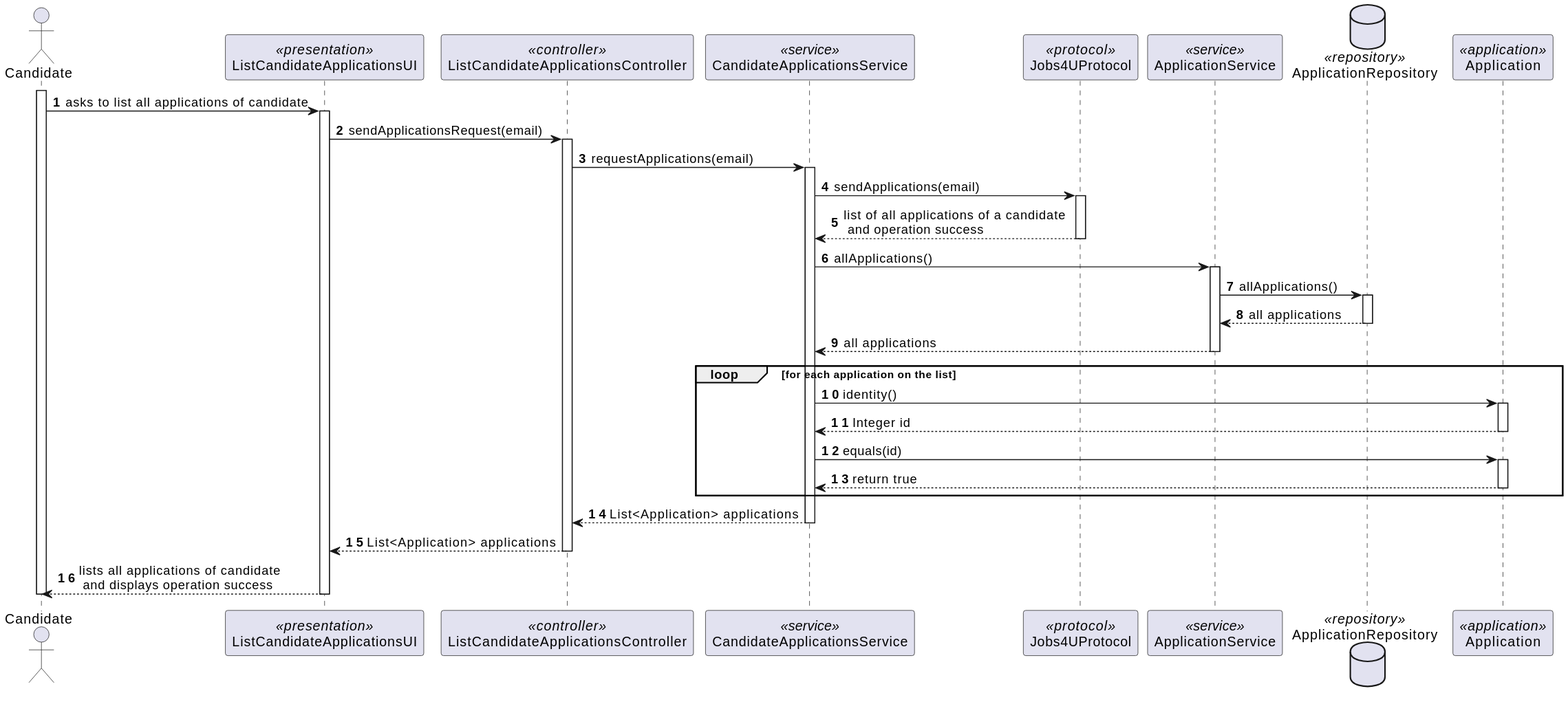
Before: docs/SprintC/9-list-candidate-applications/sequence-diagram.svg, a diagram exported from PlantUML (MiguelCardoso77/LAPR4). Source of this version:
```plantuml
@startuml
autonumber

actor Candidate

participant ListCandidateApplicationsUI <<presentation>>
participant ListCandidateApplicationsController <<controller>>
participant CandidateApplicationsService <<service>>
participant Jobs4UProtocol <<protocol>>

participant ApplicationService <<service>>
database ApplicationRepository <<repository>>
participant Application <<application>>

activate Candidate

    Candidate -> ListCandidateApplicationsUI : asks to list all applications of candidate
    activate ListCandidateApplicationsUI

        ListCandidateApplicationsUI -> ListCandidateApplicationsController : sendApplicationsRequest(email)
        activate ListCandidateApplicationsController

            ListCandidateApplicationsController -> CandidateApplicationsService : requestApplications(email)
            activate CandidateApplicationsService

                CandidateApplicationsService -> Jobs4UProtocol : sendApplications(email)
                activate Jobs4UProtocol

                    Jobs4UProtocol --> CandidateApplicationsService : list of all applications of a candidate \n and operation success
                deactivate Jobs4UProtocol

                CandidateApplicationsService -> ApplicationService : allApplications()
                activate ApplicationService

                    ApplicationService -> ApplicationRepository : allApplications()
                    activate ApplicationRepository

                        ApplicationRepository --> ApplicationService : all applications
                    deactivate ApplicationRepository

                    ApplicationService --> CandidateApplicationsService : all applications
                deactivate ApplicationService

                loop for each application on the list

                CandidateApplicationsService -> Application : identity()
                activate Application

                    Application --> CandidateApplicationsService : Integer id
                deactivate Application

                CandidateApplicationsService -> Application : equals(id)
                activate Application

                    Application --> CandidateApplicationsService : return true
                deactivate Application
                end loop

                CandidateApplicationsService --> ListCandidateApplicationsController : List<Application> applications
            deactivate CandidateApplicationsService

            ListCandidateApplicationsController --> ListCandidateApplicationsUI : List<Application> applications
        deactivate ListCandidateApplicationsController

        ListCandidateApplicationsUI --> Candidate :lists all applications of candidate \n and displays operation success
    deactivate ListCandidateApplicationsUI

deactivate Candidate
@enduml
```
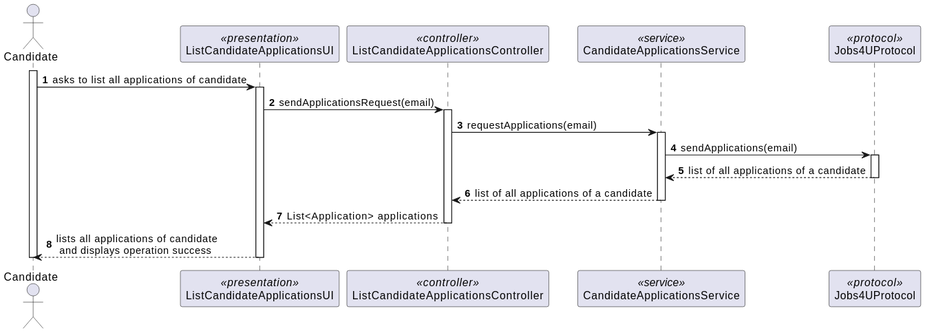
The same diagram one commit later.

Commit message:
documentation for list all candidate applications #35

Diff of the diagram source:
```diff
@@ -7,10 +7,6 @@
 participant ListCandidateApplicationsController <<controller>>
 participant CandidateApplicationsService <<service>>
 participant Jobs4UProtocol <<protocol>>
-
-participant ApplicationService <<service>>
-database ApplicationRepository <<repository>>
-participant Application <<application>>
 
 activate Candidate
 
@@ -26,37 +22,10 @@
                 CandidateApplicationsService -> Jobs4UProtocol : sendApplications(email)
                 activate Jobs4UProtocol
 
-                    Jobs4UProtocol --> CandidateApplicationsService : list of all applications of a candidate \n and operation success
+                    Jobs4UProtocol --> CandidateApplicationsService : list of all applications of a candidate
                 deactivate Jobs4UProtocol
 
-                CandidateApplicationsService -> ApplicationService : allApplications()
-                activate ApplicationService
-
-                    ApplicationService -> ApplicationRepository : allApplications()
-                    activate ApplicationRepository
-
-                        ApplicationRepository --> ApplicationService : all applications
-                    deactivate ApplicationRepository
-
-                    ApplicationService --> CandidateApplicationsService : all applications
-                deactivate ApplicationService
-
-                loop for each application on the list
-
-                CandidateApplicationsService -> Application : identity()
-                activate Application
-
-                    Application --> CandidateApplicationsService : Integer id
-                deactivate Application
-
-                CandidateApplicationsService -> Application : equals(id)
-                activate Application
-
-                    Application --> CandidateApplicationsService : return true
-                deactivate Application
-                end loop
-
-                CandidateApplicationsService --> ListCandidateApplicationsController : List<Application> applications
+                CandidateApplicationsService --> ListCandidateApplicationsController: list of all applications of a candidate
             deactivate CandidateApplicationsService
 
             ListCandidateApplicationsController --> ListCandidateApplicationsUI : List<Application> applications
```
